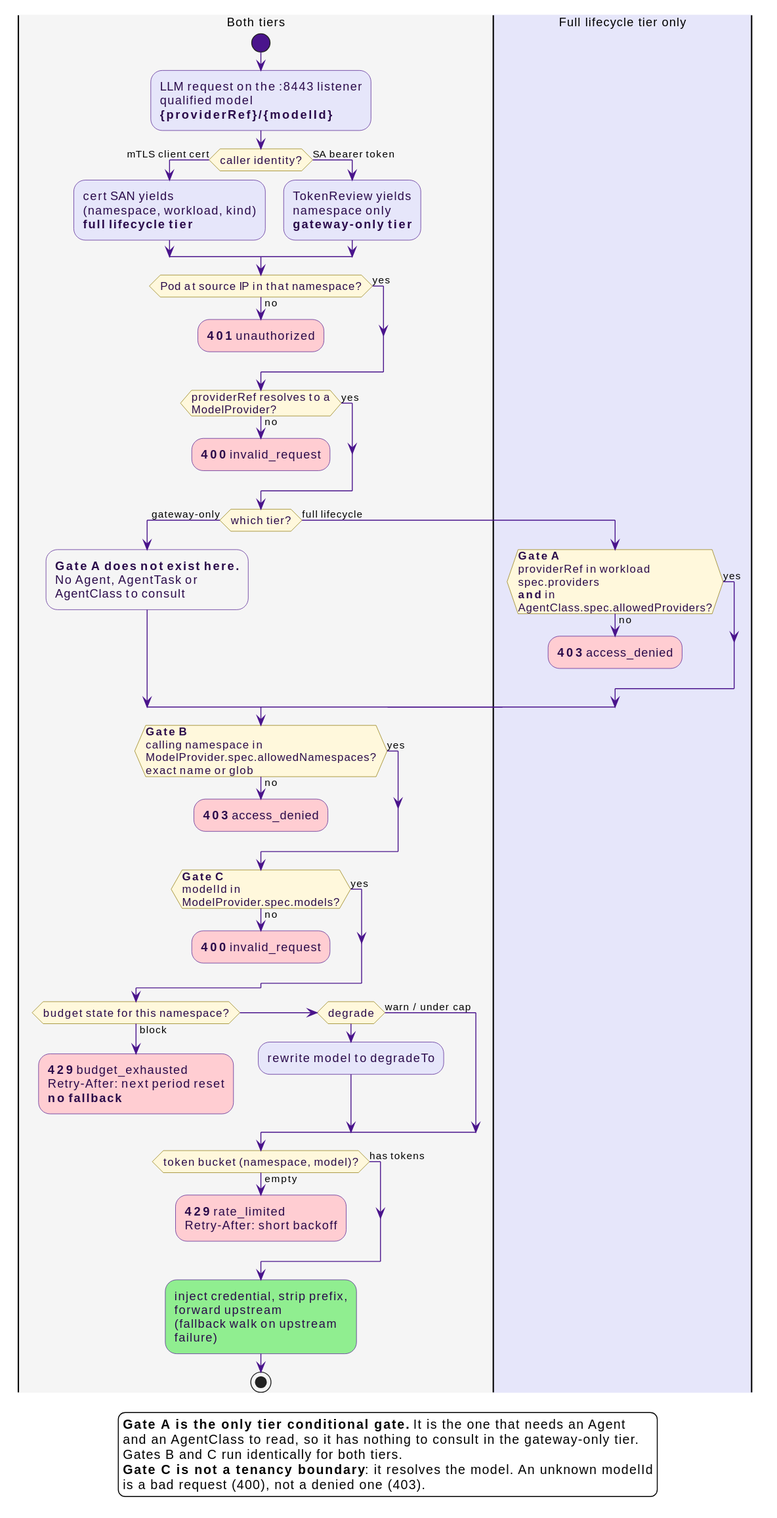
This is docs/src/diagrams/provider-access-gates.svg from win07xp/kaalm, a PlantUML export, as it was before one commit. Source of this version:
```plantuml
@startuml
!include _style.puml

skinparam ConditionEndStyle hline

|#F5F5F5|Both tiers|
start
:LLM request on the :8443 listener
qualified model **{providerRef}/{modelId}**;

if (caller identity?) then (mTLS client cert)
  :cert SAN yields
  (namespace, workload, kind)
  **full lifecycle tier**;
else (SA bearer token)
  :TokenReview yields
  namespace only
  **gateway-only tier**;
endif

if (Pod at source IP in that namespace?) then (no)
  :**401** unauthorized; <<#FFCDD2>>
  kill
else (yes)
endif

if (providerRef resolves to a ModelProvider?) then (no)
  :**400** invalid_request; <<#FFCDD2>>
  kill
else (yes)
endif

if (which tier?) then (gateway-only)
  :**Gate A does not exist here.**
  No Agent, AgentTask or AgentClass to consult; <<#F5F5F5>>
else (full lifecycle)
  |#E6E6FA|Full lifecycle tier only|
  if (**Gate A**\nproviderRef in workload spec.providers\n**and** in AgentClass.spec.allowedProviders?) then (no)
    :**403** access_denied; <<#FFCDD2>>
    kill
  else (yes)
  endif
  |#F5F5F5|Both tiers|
endif

if (**Gate B**\ncalling namespace in\nModelProvider.spec.allowedNamespaces?\nexact name or glob) then (no)
  :**403** access_denied; <<#FFCDD2>>
  kill
else (yes)
endif

if (**Gate C**\nmodelId in ModelProvider.spec.models?) then (no)
  :**400** invalid_request; <<#FFCDD2>>
  kill
else (yes)
endif

if (budget state for this namespace?) then (block)
  :**429** budget_exhausted
  Retry-After: next period reset
  **no fallback**; <<#FFCDD2>>
  kill
elseif (degrade) then
  :rewrite model to degradeTo;
else (warn / under cap)
endif

if (token bucket (namespace, model)?) then (empty)
  :**429** rate_limited
  Retry-After: short backoff; <<#FFCDD2>>
  kill
else (has tokens)
endif

:inject credential, strip prefix,
forward upstream
(fallback walk on upstream failure); <<#90EE90>>
stop

legend bottom
  **Gate A is the only tier conditional gate.** It is the one that needs an Agent
  and an AgentClass to read, so it has nothing to consult in the gateway-only tier.
  Gates B and C run identically for both tiers.
  **Gate C is not a tenancy boundary**: it resolves the model. An unknown modelId
  is a bad request (400), not a denied one (403).
endlegend
@enduml
```
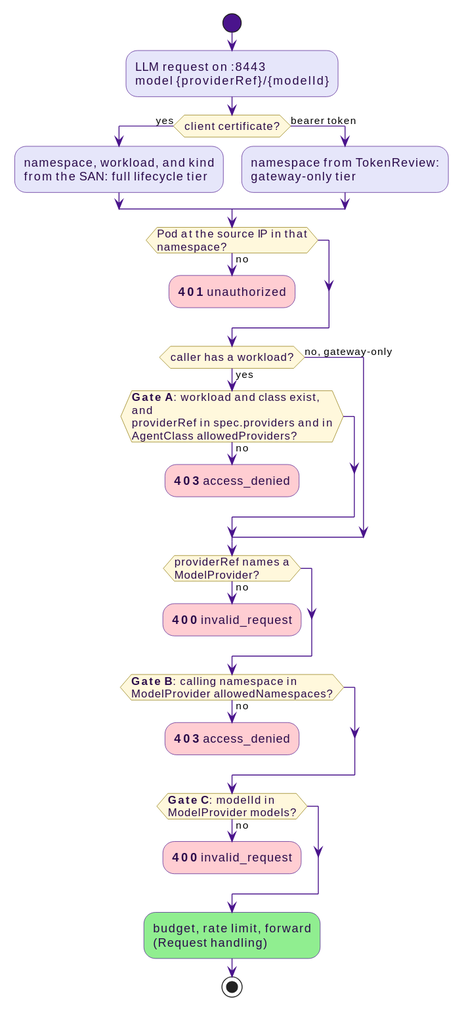
After the change.

Change to the diagram source:
```diff
@@ -3,85 +3,36 @@
 
 skinparam ConditionEndStyle hline
 
-|#F5F5F5|Both tiers|
 start
-:LLM request on the :8443 listener
-qualified model **{providerRef}/{modelId}**;
-
-if (caller identity?) then (mTLS client cert)
-  :cert SAN yields
-  (namespace, workload, kind)
-  **full lifecycle tier**;
-else (SA bearer token)
-  :TokenReview yields
-  namespace only
-  **gateway-only tier**;
+:LLM request on :8443\nmodel {providerRef}/{modelId};
+if (client certificate?) then (yes)
+  :namespace, workload, and kind\nfrom the SAN: full lifecycle tier;
+else (bearer token)
+  :namespace from TokenReview:\ngateway-only tier;
 endif
-
-if (Pod at source IP in that namespace?) then (no)
+if (Pod at the source IP in that namespace?) then (no)
   :**401** unauthorized; <<#FFCDD2>>
   kill
-else (yes)
 endif
-
-if (providerRef resolves to a ModelProvider?) then (no)
+if (caller has a workload?) then (yes)
+  if (**Gate A**: workload and class exist, and\nproviderRef in spec.providers and in\nAgentClass allowedProviders?) then (no)
+    :**403** access_denied; <<#FFCDD2>>
+    kill
+  endif
+else (no, gateway-only)
+endif
+if (providerRef names a ModelProvider?) then (no)
   :**400** invalid_request; <<#FFCDD2>>
   kill
-else (yes)
 endif
-
-if (which tier?) then (gateway-only)
-  :**Gate A does not exist here.**
-  No Agent, AgentTask or AgentClass to consult; <<#F5F5F5>>
-else (full lifecycle)
-  |#E6E6FA|Full lifecycle tier only|
-  if (**Gate A**\nproviderRef in workload spec.providers\n**and** in AgentClass.spec.allowedProviders?) then (no)
-    :**403** access_denied; <<#FFCDD2>>
-    kill
-  else (yes)
-  endif
-  |#F5F5F5|Both tiers|
-endif
-
-if (**Gate B**\ncalling namespace in\nModelProvider.spec.allowedNamespaces?\nexact name or glob) then (no)
+if (**Gate B**: calling namespace in\nModelProvider allowedNamespaces?) then (no)
   :**403** access_denied; <<#FFCDD2>>
   kill
-else (yes)
 endif
-
-if (**Gate C**\nmodelId in ModelProvider.spec.models?) then (no)
+if (**Gate C**: modelId in\nModelProvider models?) then (no)
   :**400** invalid_request; <<#FFCDD2>>
   kill
-else (yes)
 endif
-
-if (budget state for this namespace?) then (block)
-  :**429** budget_exhausted
-  Retry-After: next period reset
-  **no fallback**; <<#FFCDD2>>
-  kill
-elseif (degrade) then
-  :rewrite model to degradeTo;
-else (warn / under cap)
-endif
-
-if (token bucket (namespace, model)?) then (empty)
-  :**429** rate_limited
-  Retry-After: short backoff; <<#FFCDD2>>
-  kill
-else (has tokens)
-endif
-
-:inject credential, strip prefix,
-forward upstream
-(fallback walk on upstream failure); <<#90EE90>>
+:budget, rate limit, forward\n(Request handling); <<#90EE90>>
 stop
-
-legend bottom
-  **Gate A is the only tier conditional gate.** It is the one that needs an Agent
-  and an AgentClass to read, so it has nothing to consult in the gateway-only tier.
-  Gates B and C run identically for both tiers.
-  **Gate C is not a tenancy boundary**: it resolves the model. An unknown modelId
-  is a bad request (400), not a denied one (403).
-endlegend
 @enduml
```
